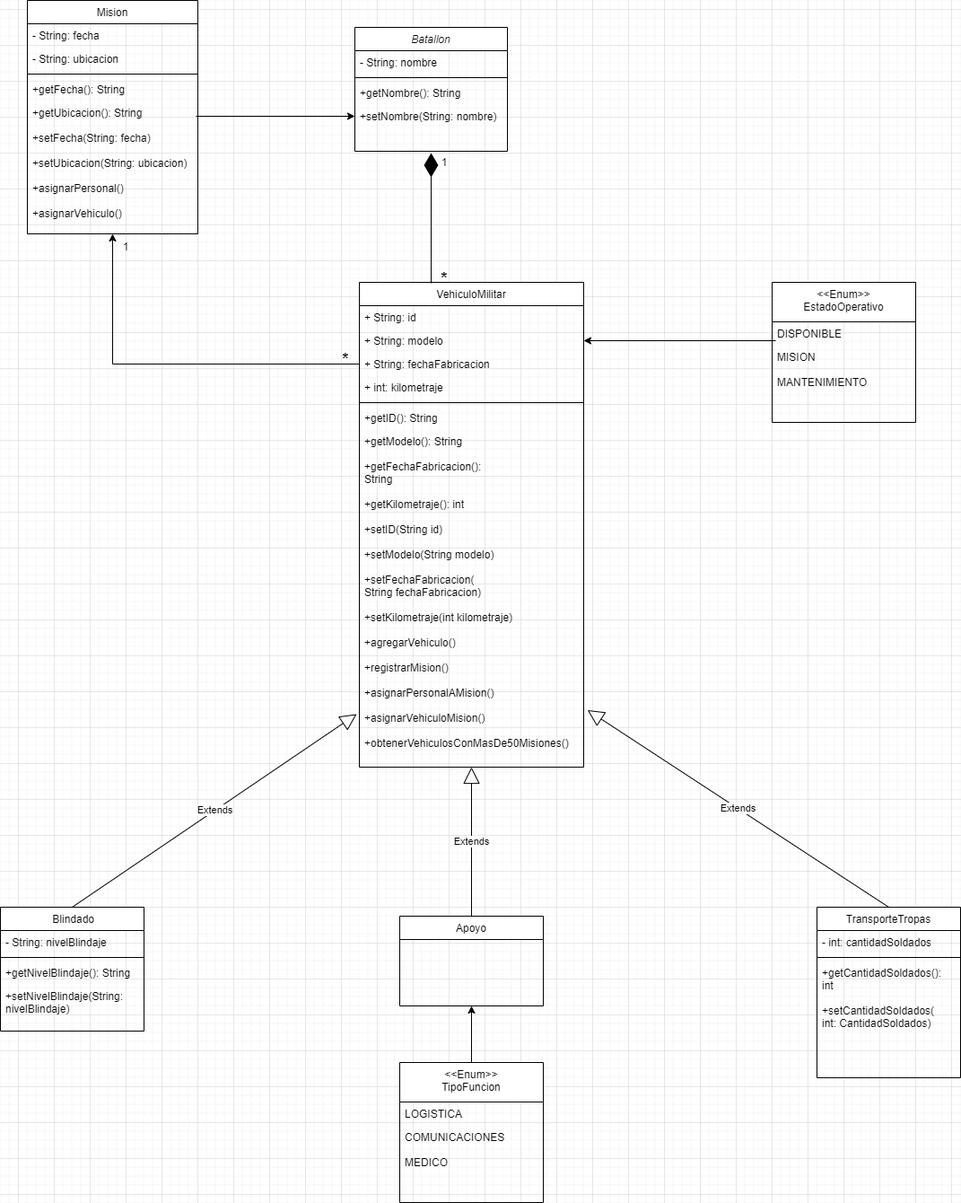
Before: Taller Batallon/model/batallón.drawio.png, a diagram exported from draw.io (AF2900/Repositorio-Programacion1). Source tidied: cells renumbered, new cells last; positions are measured from the earlier drawing's top-left corner, leaving out a move shared by most shapes.
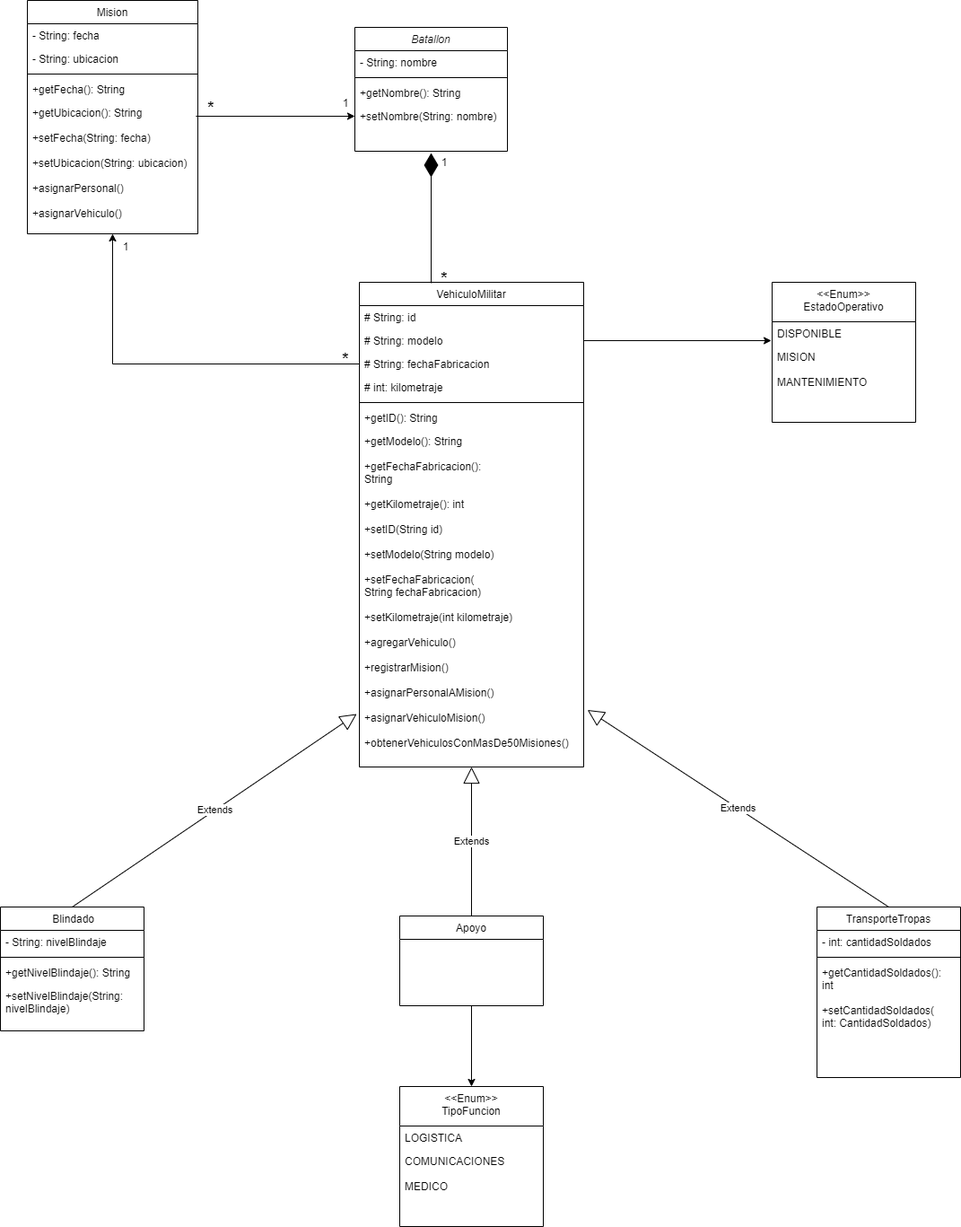
After the change.

The edit, as a diff of the source:
```diff
@@ -35,16 +35,16 @@
     <mxCell id="12" value="VehiculoMilitar" style="swimlane;fontStyle=0;align=center;verticalAlign=top;horizontal=1;startSize=26;rounded=0;shadow=0;strokeWidth=1;" parent="1" vertex="1">
       <mxGeometry x="400" y="314" width="250" height="540" as="geometry" />
     </mxCell>
-    <mxCell id="13" value="+ String: id" style="text;align=left;verticalAlign=top;spacingLeft=4;spacingRight=4;overflow=hidden;" parent="12" vertex="1">
+    <mxCell id="13" value="# String: id" style="text;align=left;verticalAlign=top;spacingLeft=4;spacingRight=4;overflow=hidden;" parent="12" vertex="1">
       <mxGeometry y="26" width="250" height="26" as="geometry" />
     </mxCell>
-    <mxCell id="14" value="+ String: modelo" style="text;align=left;verticalAlign=top;spacingLeft=4;spacingRight=4;overflow=hidden;points=[[0,0.5],[1,0.5]];portConstraint=eastwest;rounded=0;shadow=0;html=0;" parent="12" vertex="1">
+    <mxCell id="14" value="# String: modelo" style="text;align=left;verticalAlign=top;spacingLeft=4;spacingRight=4;overflow=hidden;points=[[0,0.5],[1,0.5]];portConstraint=eastwest;rounded=0;shadow=0;html=0;" parent="12" vertex="1">
       <mxGeometry y="52" width="250" height="26" as="geometry" />
     </mxCell>
-    <mxCell id="15" value="+ String: fechaFabricacion" style="text;align=left;verticalAlign=top;spacingLeft=4;spacingRight=4;overflow=hidden;points=[[0,0.5],[1,0.5]];portConstraint=eastwest;rounded=0;shadow=0;html=0;" parent="12" vertex="1">
+    <mxCell id="15" value="# String: fechaFabricacion" style="text;align=left;verticalAlign=top;spacingLeft=4;spacingRight=4;overflow=hidden;points=[[0,0.5],[1,0.5]];portConstraint=eastwest;rounded=0;shadow=0;html=0;" parent="12" vertex="1">
       <mxGeometry y="78" width="250" height="26" as="geometry" />
     </mxCell>
-    <mxCell id="16" value="+ int: kilometraje" style="text;align=left;verticalAlign=top;spacingLeft=4;spacingRight=4;overflow=hidden;rounded=0;shadow=0;html=0;" parent="12" vertex="1">
+    <mxCell id="16" value="# int: kilometraje" style="text;align=left;verticalAlign=top;spacingLeft=4;spacingRight=4;overflow=hidden;rounded=0;shadow=0;html=0;" parent="12" vertex="1">
       <mxGeometry y="104" width="250" height="26" as="geometry" />
     </mxCell>
     <mxCell id="17" style="line;html=1;strokeWidth=1;align=left;verticalAlign=middle;spacingTop=-1;spacingLeft=3;spacingRight=3;labelPosition=right;" parent="12" vertex="1">
@@ -56,6 +56,9 @@
     <mxCell id="19" value="+getModelo(): String&#10;&#10;+getFechaFabricacion():&#10;String&#10;&#10;+getKilometraje(): int&#10;&#10;+setID(String id)&#10;&#10;+setModelo(String modelo)&#10;&#10;+setFechaFabricacion(&#10;String fechaFabricacion)&#10;&#10;+setKilometraje(int kilometraje)&#10;&#10;+agregarVehiculo()&#10;&#10;+registrarMision()&#10;&#10;+asignarPersonalAMision()&#10;&#10;+asignarVehiculoMision()&#10;&#10;+obtenerVehiculosConMasDe50Misiones()" style="text;align=left;verticalAlign=top;spacingLeft=4;spacingRight=4;overflow=hidden;points=[[0,0.5],[1,0.5]];portConstraint=eastwest;" parent="12" vertex="1">
       <mxGeometry y="164" width="250" height="376" as="geometry" />
     </mxCell>
+    <mxCell id="49" style="edgeStyle=orthogonalEdgeStyle;rounded=0;jettySize=auto;html=1;entryX=0.5;entryY=0;entryDx=0;entryDy=0;" parent="1" edge="1" source="20" target="36">
+      <mxGeometry relative="1" as="geometry" />
+    </mxCell>
     <mxCell id="20" value="Apoyo" style="swimlane;fontStyle=0;align=center;verticalAlign=top;horizontal=1;startSize=26;rounded=0;shadow=0;strokeWidth=1;" parent="1" vertex="1">
       <mxGeometry x="445" y="1020" width="160" height="100" as="geometry" />
     </mxCell>
@@ -80,9 +83,6 @@
     <mxCell id="27" value="MISION&#10;&#10;MANTENIMIENTO" style="text;align=left;verticalAlign=top;spacingLeft=4;spacingRight=4;overflow=hidden;rounded=0;shadow=0;html=0;" parent="25" vertex="1">
       <mxGeometry y="70" width="160" height="70" as="geometry" />
     </mxCell>
-    <mxCell id="28" style="edgeStyle=orthogonalEdgeStyle;rounded=0;jettySize=auto;html=1;entryX=1;entryY=0.5;entryDx=0;entryDy=0;exitX=0.025;exitY=0.808;exitDx=0;exitDy=0;exitPerimeter=0;" parent="1" edge="1" source="26" target="14">
-      <mxGeometry relative="1" as="geometry" />
-    </mxCell>
     <mxCell id="29" value="1" style="text;html=1;align=center;verticalAlign=middle;whiteSpace=wrap;rounded=0;" parent="1" vertex="1">
       <mxGeometry x="485" y="176" width="20" height="10" as="geometry" />
     </mxCell>
@@ -103,11 +103,8 @@
         <mxPoint x="480" y="170" as="targetPoint" />
       </mxGeometry>
     </mxCell>
-    <mxCell id="35" style="edgeStyle=orthogonalEdgeStyle;rounded=0;jettySize=auto;html=1;entryX=0.5;entryY=1;entryDx=0;entryDy=0;" parent="1" edge="1" source="36" target="20">
-      <mxGeometry relative="1" as="geometry" />
-    </mxCell>
     <mxCell id="36" value="&lt;&lt;Enum&gt;&gt;&#10;TipoFuncion" style="swimlane;fontStyle=0;align=center;verticalAlign=top;horizontal=1;startSize=44;rounded=0;shadow=0;strokeWidth=1;" parent="1" vertex="1">
-      <mxGeometry x="445" y="1183" width="160" height="156" as="geometry" />
+      <mxGeometry x="445" y="1210" width="160" height="156" as="geometry" />
     </mxCell>
     <mxCell id="37" value="LOGISTICA" style="text;align=left;verticalAlign=top;spacingLeft=4;spacingRight=4;overflow=hidden;" parent="36" vertex="1">
       <mxGeometry y="44" width="160" height="26" as="geometry" />
@@ -145,5 +142,14 @@
     <mxCell id="48" style="edgeStyle=orthogonalEdgeStyle;rounded=0;jettySize=auto;html=1;entryX=0;entryY=0.5;entryDx=0;entryDy=0;exitX=0.989;exitY=0.115;exitDx=0;exitDy=0;exitPerimeter=0;" parent="1" edge="1" source="44" target="6">
       <mxGeometry relative="1" as="geometry" />
     </mxCell>
+    <mxCell id="50" style="edgeStyle=orthogonalEdgeStyle;rounded=0;jettySize=auto;html=1;entryX=-0.006;entryY=0.808;entryDx=0;entryDy=0;entryPerimeter=0;" parent="1" edge="1" source="14" target="26">
+      <mxGeometry relative="1" as="geometry" />
+    </mxCell>
+    <mxCell id="51" value="&lt;font style=&quot;font-size: 18px;&quot;&gt;&lt;b&gt;*&lt;/b&gt;&lt;/font&gt;" style="text;html=1;align=center;verticalAlign=middle;whiteSpace=wrap;rounded=0;" parent="1" vertex="1">
+      <mxGeometry x="220" y="110" width="30" height="20" as="geometry" />
+    </mxCell>
+    <mxCell id="52" value="1" style="text;html=1;align=center;verticalAlign=middle;whiteSpace=wrap;rounded=0;" parent="1" vertex="1">
+      <mxGeometry x="375" y="110" width="20" height="10" as="geometry" />
+    </mxCell>
   </root>
 </mxGraphModel>
```
